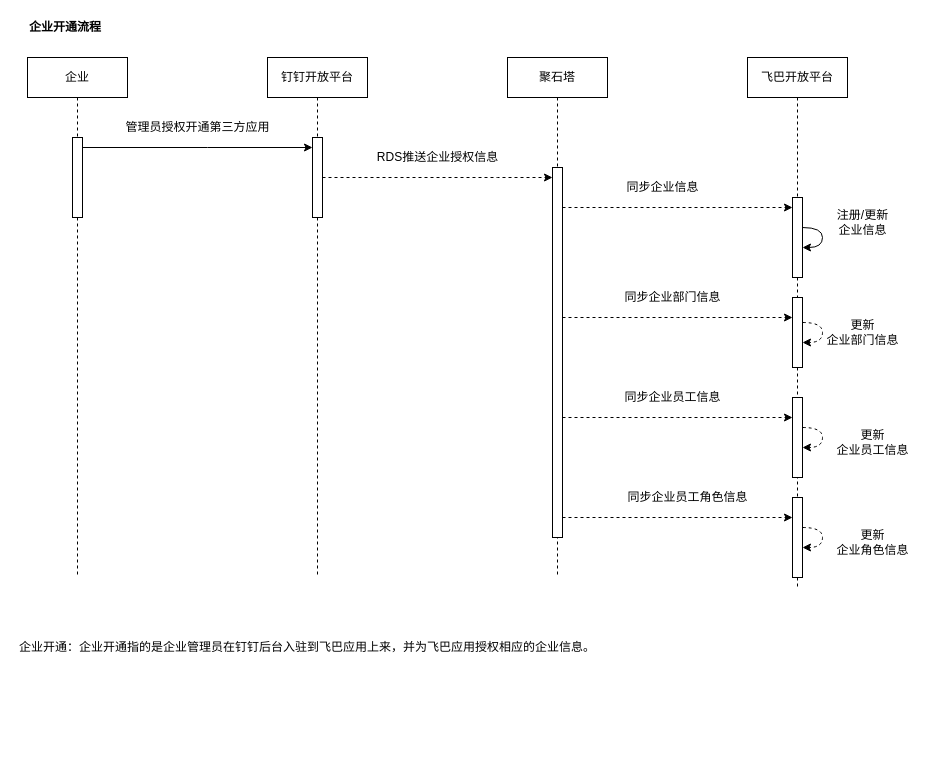
The draw.io diagram page "dingtalk_openapi_ent_002" (2 of 7) of src/work/flyby/present/dingtalk_202101051445.drawio in ab-doc/draw.io, before the edit. Source tidied: cells renumbered, new cells numbered last; positions are measured from the earlier drawing's top-left corner, leaving out a move shared by most shapes. Both pictures are drawn from the tidied source at 100%, with x=0, y=0 at pixel (17, 17).
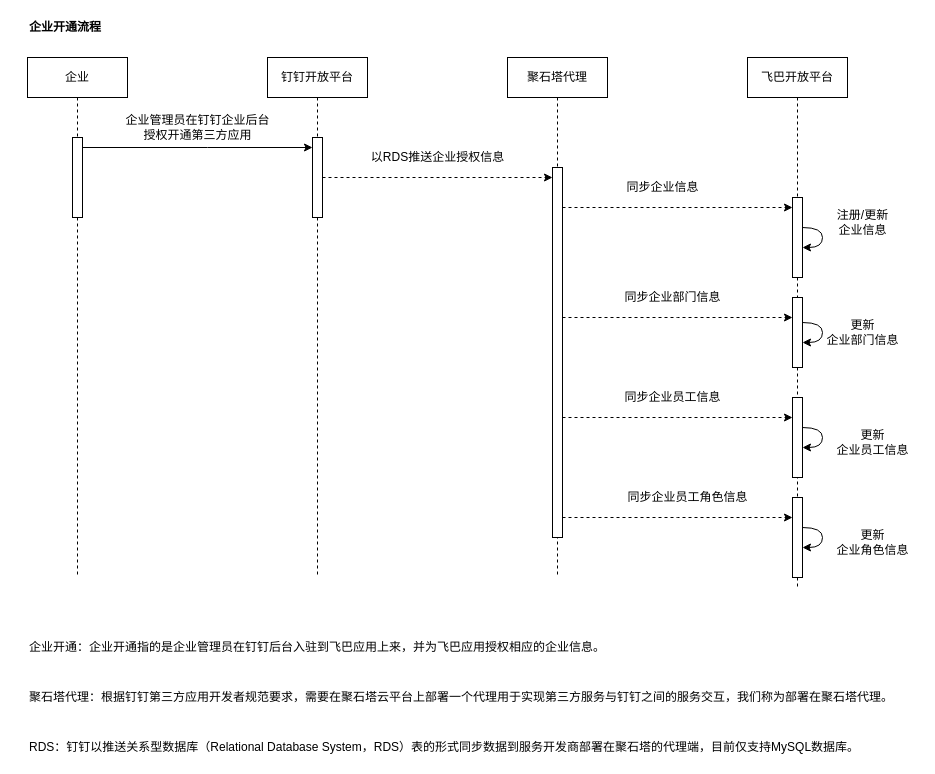
The same diagram, later.

The change refers to these unchanged cells:
```xml
<mxCell id="13" value="飞巴开放平台" style="shape=umlLifeline;perimeter=lifelinePerimeter;whiteSpace=wrap;html=1;" parent="1" vertex="1">
  <mxGeometry x="730" y="40" width="100" height="530" as="geometry" />
</mxCell>
<mxCell id="17" style="html=1;points=[];perimeter=orthogonalPerimeter;" parent="13" vertex="1">
  <mxGeometry x="45" y="240" width="10" height="70" as="geometry" />
</mxCell>
<mxCell id="19" style="html=1;points=[];perimeter=orthogonalPerimeter;" parent="13" vertex="1">
  <mxGeometry x="45" y="340" width="10" height="80" as="geometry" />
</mxCell>
<mxCell id="21" style="html=1;points=[];perimeter=orthogonalPerimeter;" parent="13" vertex="1">
  <mxGeometry x="45" y="440" width="10" height="80" as="geometry" />
</mxCell>
```

Change to the diagram source:
```diff
@@
-    <mxCell id="7" value="聚石塔" style="shape=umlLifeline;perimeter=lifelinePerimeter;whiteSpace=wrap;html=1;" parent="1" vertex="1">
+    <mxCell id="7" value="聚石塔代理" style="shape=umlLifeline;perimeter=lifelinePerimeter;whiteSpace=wrap;html=1;" parent="1" vertex="1">
       <mxGeometry x="490" y="40" width="100" height="520" as="geometry" />
     </mxCell>
@@
-    <mxCell id="10" value="管理员授权开通第三方应用" style="text;html=1;align=center;verticalAlign=middle;" parent="1" vertex="1">
-      <mxGeometry x="100" y="100" width="160" height="20" as="geometry" />
+    <mxCell id="10" value="企业管理员在钉钉企业后台&lt;br&gt;授权开通第三方应用" style="text;html=1;align=center;verticalAlign=middle;" parent="1" vertex="1">
+      <mxGeometry x="100" y="95" width="160" height="30" as="geometry" />
     </mxCell>
@@
-    <mxCell id="12" value="RDS推送企业授权信息" style="text;html=1;align=center;verticalAlign=middle;" parent="1" vertex="1">
-      <mxGeometry x="350" y="130" width="140" height="20" as="geometry" />
+    <mxCell id="12" value="以RDS推送企业授权信息" style="text;html=1;align=center;verticalAlign=middle;" parent="1" vertex="1">
+      <mxGeometry x="345" y="130" width="150" height="20" as="geometry" />
     </mxCell>
@@
-    <mxCell id="16" style="edgeStyle=orthogonalEdgeStyle;rounded=0;orthogonalLoop=1;jettySize=auto;html=1;dashed=1;curved=1;" parent="13" edge="1" source="17" target="17">
+    <mxCell id="16" style="edgeStyle=orthogonalEdgeStyle;rounded=0;orthogonalLoop=1;jettySize=auto;html=1;curved=1;" parent="13" edge="1" source="17" target="17">
       <mxGeometry relative="1" as="geometry" />
     </mxCell>
@@
-    <mxCell id="18" style="edgeStyle=orthogonalEdgeStyle;rounded=0;orthogonalLoop=1;jettySize=auto;html=1;dashed=1;curved=1;" parent="13" edge="1" source="19" target="19">
+    <mxCell id="18" style="edgeStyle=orthogonalEdgeStyle;rounded=0;orthogonalLoop=1;jettySize=auto;html=1;curved=1;" parent="13" edge="1" source="19" target="19">
       <mxGeometry relative="1" as="geometry" />
     </mxCell>
@@
-    <mxCell id="20" style="edgeStyle=orthogonalEdgeStyle;rounded=0;orthogonalLoop=1;jettySize=auto;html=1;dashed=1;curved=1;" parent="13" edge="1" source="21" target="21">
+    <mxCell id="20" style="edgeStyle=orthogonalEdgeStyle;rounded=0;orthogonalLoop=1;jettySize=auto;html=1;curved=1;" parent="13" edge="1" source="21" target="21">
       <mxGeometry relative="1" as="geometry" />
     </mxCell>
@@
     <mxCell id="34" value="企业开通：企业开通指的是企业管理员在钉钉后台入驻到飞巴应用上来，并为飞巴应用授权相应的企业信息。" style="text;html=1;align=left;verticalAlign=middle;" parent="1" vertex="1">
-      <mxGeometry y="620" width="590" height="20" as="geometry" />
+      <mxGeometry x="10" y="620" width="590" height="20" as="geometry" />
     </mxCell>
+    <mxCell id="35" value="聚石塔代理：根据钉钉第三方应用开发者规范要求，需要在聚石塔云平台上部署一个代理用于实现第三方服务与钉钉之间的服务交互，我们称为部署在聚石塔代理。" style="text;html=1;align=left;verticalAlign=middle;" parent="1" vertex="1">
+      <mxGeometry x="10" y="670" width="880" height="20" as="geometry" />
+    </mxCell>
+    <mxCell id="36" value="RDS：钉钉以推送关系型数据库（Relational Database System，RDS）表的形式同步数据到服务开发商部署在聚石塔的代理端，目前仅支持MySQL数据库。" style="text;html=1;align=left;verticalAlign=middle;" parent="1" vertex="1">
+      <mxGeometry x="10" y="720" width="850" height="20" as="geometry" />
+    </mxCell>
```
